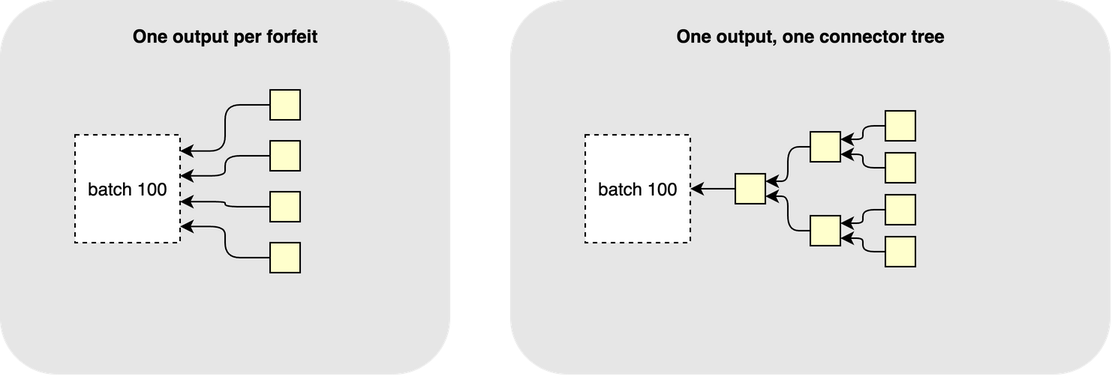
Before: static/ark/why-connector-tree.png, a diagram exported from draw.io (ellemouton/website). Source tidied: cells renumbered, new cells last; positions are measured from the earlier drawing's top-left corner, leaving out a move shared by most shapes. Source of this version:
```xml
<mxGraphModel>
  <root>
    <mxCell id="0" />
    <mxCell id="1" parent="0" />
    <mxCell id="2" style="rounded=1;whiteSpace=wrap;html=1;strokeColor=none;fillColor=#E6E6E6;" parent="1" vertex="1">
      <mxGeometry width="300" height="250" as="geometry" />
    </mxCell>
    <mxCell id="3" style="rounded=1;whiteSpace=wrap;html=1;strokeColor=none;fillColor=#E6E6E6;" parent="1" vertex="1">
      <mxGeometry x="340" width="400" height="250" as="geometry" />
    </mxCell>
    <mxCell id="4" value="&lt;b&gt;One output per forfeit&lt;/b&gt;" style="text;html=1;whiteSpace=wrap;strokeColor=none;fillColor=none;align=center;verticalAlign=middle;rounded=0;" parent="1" vertex="1">
      <mxGeometry x="20" y="12" width="260" height="24" as="geometry" />
    </mxCell>
    <mxCell id="5" value="&lt;b&gt;One output, one connector tree&lt;/b&gt;" style="text;html=1;whiteSpace=wrap;strokeColor=none;fillColor=none;align=center;verticalAlign=middle;rounded=0;" parent="1" vertex="1">
      <mxGeometry x="390" y="12" width="300" height="24" as="geometry" />
    </mxCell>
    <mxCell id="6" value="batch 100" style="rounded=0;whiteSpace=wrap;html=1;dashed=1;" parent="1" vertex="1">
      <mxGeometry x="50" y="90" width="70" height="72" as="geometry" />
    </mxCell>
    <mxCell id="7" style="rounded=0;whiteSpace=wrap;html=1;fillColor=#FFFFCC;fontColor=#333333;strokeColor=#000000;" parent="1" vertex="1">
      <mxGeometry x="180" y="60" width="20" height="20" as="geometry" />
    </mxCell>
    <mxCell id="8" style="edgeStyle=orthogonalEdgeStyle;rounded=1;jettySize=auto;html=1;entryX=1;entryY=0.15;entryDx=0;entryDy=0;curved=0;exitX=0;exitY=0.5;exitDx=0;exitDy=0;" parent="1" edge="1" source="7" target="6">
      <mxGeometry relative="1" as="geometry">
        <Array as="points">
          <mxPoint x="150" y="70" />
          <mxPoint x="150" y="100.8" />
        </Array>
      </mxGeometry>
    </mxCell>
    <mxCell id="9" style="rounded=0;whiteSpace=wrap;html=1;fillColor=#FFFFCC;fontColor=#333333;strokeColor=#000000;" parent="1" vertex="1">
      <mxGeometry x="180" y="94" width="20" height="20" as="geometry" />
    </mxCell>
    <mxCell id="10" style="edgeStyle=orthogonalEdgeStyle;rounded=1;jettySize=auto;html=1;entryX=1;entryY=0.38;entryDx=0;entryDy=0;curved=0;exitX=0;exitY=0.5;exitDx=0;exitDy=0;" parent="1" edge="1" source="9" target="6">
      <mxGeometry relative="1" as="geometry">
        <Array as="points">
          <mxPoint x="150" y="104" />
          <mxPoint x="150" y="117.4" />
        </Array>
      </mxGeometry>
    </mxCell>
    <mxCell id="11" style="rounded=0;whiteSpace=wrap;html=1;fillColor=#FFFFCC;fontColor=#333333;strokeColor=#000000;" parent="1" vertex="1">
      <mxGeometry x="180" y="128" width="20" height="20" as="geometry" />
    </mxCell>
    <mxCell id="12" style="edgeStyle=orthogonalEdgeStyle;rounded=1;jettySize=auto;html=1;entryX=1;entryY=0.62;entryDx=0;entryDy=0;curved=0;exitX=0;exitY=0.5;exitDx=0;exitDy=0;" parent="1" edge="1" source="11" target="6">
      <mxGeometry relative="1" as="geometry">
        <Array as="points">
          <mxPoint x="150" y="138" />
          <mxPoint x="150" y="134.6" />
        </Array>
      </mxGeometry>
    </mxCell>
    <mxCell id="13" style="rounded=0;whiteSpace=wrap;html=1;fillColor=#FFFFCC;fontColor=#333333;strokeColor=#000000;" parent="1" vertex="1">
      <mxGeometry x="180" y="162" width="20" height="20" as="geometry" />
    </mxCell>
    <mxCell id="14" style="edgeStyle=orthogonalEdgeStyle;rounded=1;jettySize=auto;html=1;entryX=1;entryY=0.85;entryDx=0;entryDy=0;curved=0;exitX=0;exitY=0.5;exitDx=0;exitDy=0;" parent="1" edge="1" source="13" target="6">
      <mxGeometry relative="1" as="geometry">
        <Array as="points">
          <mxPoint x="150" y="172" />
          <mxPoint x="150" y="151.2" />
        </Array>
      </mxGeometry>
    </mxCell>
    <mxCell id="15" value="batch 100" style="rounded=0;whiteSpace=wrap;html=1;dashed=1;" parent="1" vertex="1">
      <mxGeometry x="390" y="90" width="70" height="72" as="geometry" />
    </mxCell>
    <mxCell id="16" style="rounded=0;whiteSpace=wrap;html=1;fillColor=#FFFFCC;fontColor=#333333;strokeColor=#000000;" parent="1" vertex="1">
      <mxGeometry x="490" y="116" width="20" height="20" as="geometry" />
    </mxCell>
    <mxCell id="17" style="rounded=0;whiteSpace=wrap;html=1;fillColor=#FFFFCC;fontColor=#333333;strokeColor=#000000;" parent="1" vertex="1">
      <mxGeometry x="540" y="88" width="20" height="20" as="geometry" />
    </mxCell>
    <mxCell id="18" style="rounded=0;whiteSpace=wrap;html=1;fillColor=#FFFFCC;fontColor=#333333;strokeColor=#000000;" parent="1" vertex="1">
      <mxGeometry x="540" y="144" width="20" height="20" as="geometry" />
    </mxCell>
    <mxCell id="19" style="rounded=0;whiteSpace=wrap;html=1;fillColor=#FFFFCC;fontColor=#333333;strokeColor=#000000;" parent="1" vertex="1">
      <mxGeometry x="590" y="74" width="20" height="20" as="geometry" />
    </mxCell>
    <mxCell id="20" style="rounded=0;whiteSpace=wrap;html=1;fillColor=#FFFFCC;fontColor=#333333;strokeColor=#000000;" parent="1" vertex="1">
      <mxGeometry x="590" y="102" width="20" height="20" as="geometry" />
    </mxCell>
    <mxCell id="21" style="rounded=0;whiteSpace=wrap;html=1;fillColor=#FFFFCC;fontColor=#333333;strokeColor=#000000;" parent="1" vertex="1">
      <mxGeometry x="590" y="130" width="20" height="20" as="geometry" />
    </mxCell>
    <mxCell id="22" style="rounded=0;whiteSpace=wrap;html=1;fillColor=#FFFFCC;fontColor=#333333;strokeColor=#000000;" parent="1" vertex="1">
      <mxGeometry x="590" y="158" width="20" height="20" as="geometry" />
    </mxCell>
    <mxCell id="23" style="edgeStyle=orthogonalEdgeStyle;rounded=1;jettySize=auto;html=1;entryX=1;entryY=0.25;entryDx=0;entryDy=0;curved=0;exitX=0;exitY=0.5;exitDx=0;exitDy=0;" parent="1" edge="1" source="19" target="17">
      <mxGeometry relative="1" as="geometry">
        <Array as="points">
          <mxPoint x="575" y="84" />
          <mxPoint x="575" y="93" />
        </Array>
      </mxGeometry>
    </mxCell>
    <mxCell id="24" style="edgeStyle=orthogonalEdgeStyle;rounded=1;jettySize=auto;html=1;entryX=1;entryY=0.75;entryDx=0;entryDy=0;curved=0;exitX=0;exitY=0.5;exitDx=0;exitDy=0;" parent="1" edge="1" source="20" target="17">
      <mxGeometry relative="1" as="geometry">
        <Array as="points">
          <mxPoint x="575" y="112" />
          <mxPoint x="575" y="103" />
        </Array>
      </mxGeometry>
    </mxCell>
    <mxCell id="25" style="edgeStyle=orthogonalEdgeStyle;rounded=1;jettySize=auto;html=1;entryX=1;entryY=0.25;entryDx=0;entryDy=0;curved=0;exitX=0;exitY=0.5;exitDx=0;exitDy=0;" parent="1" edge="1" source="21" target="18">
      <mxGeometry relative="1" as="geometry">
        <Array as="points">
          <mxPoint x="575" y="140" />
          <mxPoint x="575" y="149" />
        </Array>
      </mxGeometry>
    </mxCell>
    <mxCell id="26" style="edgeStyle=orthogonalEdgeStyle;rounded=1;jettySize=auto;html=1;entryX=1;entryY=0.75;entryDx=0;entryDy=0;curved=0;exitX=0;exitY=0.5;exitDx=0;exitDy=0;" parent="1" edge="1" source="22" target="18">
      <mxGeometry relative="1" as="geometry">
        <Array as="points">
          <mxPoint x="575" y="168" />
          <mxPoint x="575" y="159" />
        </Array>
      </mxGeometry>
    </mxCell>
    <mxCell id="27" style="edgeStyle=orthogonalEdgeStyle;rounded=1;jettySize=auto;html=1;entryX=1;entryY=0.25;entryDx=0;entryDy=0;curved=0;exitX=0;exitY=0.5;exitDx=0;exitDy=0;" parent="1" edge="1" source="17" target="16">
      <mxGeometry relative="1" as="geometry">
        <Array as="points">
          <mxPoint x="525" y="98" />
          <mxPoint x="525" y="121" />
        </Array>
      </mxGeometry>
    </mxCell>
    <mxCell id="28" style="edgeStyle=orthogonalEdgeStyle;rounded=1;jettySize=auto;html=1;entryX=1;entryY=0.75;entryDx=0;entryDy=0;curved=0;exitX=0;exitY=0.5;exitDx=0;exitDy=0;" parent="1" edge="1" source="18" target="16">
      <mxGeometry relative="1" as="geometry">
        <Array as="points">
          <mxPoint x="525" y="154" />
          <mxPoint x="525" y="131" />
        </Array>
      </mxGeometry>
    </mxCell>
    <mxCell id="29" style="edgeStyle=orthogonalEdgeStyle;rounded=1;jettySize=auto;html=1;entryX=1;entryY=0.5;entryDx=0;entryDy=0;curved=0;exitX=0;exitY=0.5;exitDx=0;exitDy=0;" parent="1" edge="1" source="16" target="15">
      <mxGeometry relative="1" as="geometry" />
    </mxCell>
  </root>
</mxGraphModel>
```
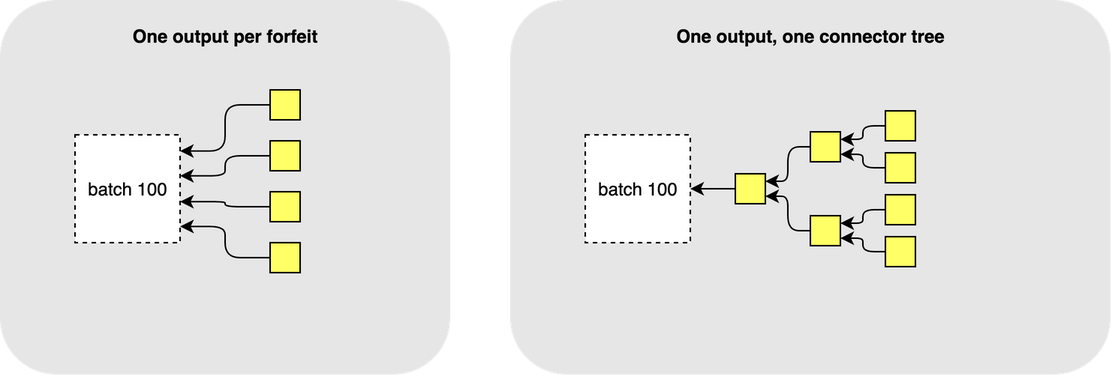
After the change.

Diff of the diagram source:
```diff
@@ -17,7 +17,7 @@
     <mxCell id="6" value="batch 100" style="rounded=0;whiteSpace=wrap;html=1;dashed=1;" parent="1" vertex="1">
       <mxGeometry x="50" y="90" width="70" height="72" as="geometry" />
     </mxCell>
-    <mxCell id="7" style="rounded=0;whiteSpace=wrap;html=1;fillColor=#FFFFCC;fontColor=#333333;strokeColor=#000000;" parent="1" vertex="1">
+    <mxCell id="7" style="rounded=0;whiteSpace=wrap;html=1;fillColor=#FFFF66;fontColor=#333333;strokeColor=#000000;" parent="1" vertex="1">
       <mxGeometry x="180" y="60" width="20" height="20" as="geometry" />
     </mxCell>
     <mxCell id="8" style="edgeStyle=orthogonalEdgeStyle;rounded=1;jettySize=auto;html=1;entryX=1;entryY=0.15;entryDx=0;entryDy=0;curved=0;exitX=0;exitY=0.5;exitDx=0;exitDy=0;" parent="1" edge="1" source="7" target="6">
@@ -28,7 +28,7 @@
         </Array>
       </mxGeometry>
     </mxCell>
-    <mxCell id="9" style="rounded=0;whiteSpace=wrap;html=1;fillColor=#FFFFCC;fontColor=#333333;strokeColor=#000000;" parent="1" vertex="1">
+    <mxCell id="9" style="rounded=0;whiteSpace=wrap;html=1;fillColor=#FFFF66;fontColor=#333333;strokeColor=#000000;" parent="1" vertex="1">
       <mxGeometry x="180" y="94" width="20" height="20" as="geometry" />
     </mxCell>
     <mxCell id="10" style="edgeStyle=orthogonalEdgeStyle;rounded=1;jettySize=auto;html=1;entryX=1;entryY=0.38;entryDx=0;entryDy=0;curved=0;exitX=0;exitY=0.5;exitDx=0;exitDy=0;" parent="1" edge="1" source="9" target="6">
@@ -39,7 +39,7 @@
         </Array>
       </mxGeometry>
     </mxCell>
-    <mxCell id="11" style="rounded=0;whiteSpace=wrap;html=1;fillColor=#FFFFCC;fontColor=#333333;strokeColor=#000000;" parent="1" vertex="1">
+    <mxCell id="11" style="rounded=0;whiteSpace=wrap;html=1;fillColor=#FFFF66;fontColor=#333333;strokeColor=#000000;" parent="1" vertex="1">
       <mxGeometry x="180" y="128" width="20" height="20" as="geometry" />
     </mxCell>
     <mxCell id="12" style="edgeStyle=orthogonalEdgeStyle;rounded=1;jettySize=auto;html=1;entryX=1;entryY=0.62;entryDx=0;entryDy=0;curved=0;exitX=0;exitY=0.5;exitDx=0;exitDy=0;" parent="1" edge="1" source="11" target="6">
@@ -50,7 +50,7 @@
         </Array>
       </mxGeometry>
     </mxCell>
-    <mxCell id="13" style="rounded=0;whiteSpace=wrap;html=1;fillColor=#FFFFCC;fontColor=#333333;strokeColor=#000000;" parent="1" vertex="1">
+    <mxCell id="13" style="rounded=0;whiteSpace=wrap;html=1;fillColor=#FFFF66;fontColor=#333333;strokeColor=#000000;" parent="1" vertex="1">
       <mxGeometry x="180" y="162" width="20" height="20" as="geometry" />
     </mxCell>
     <mxCell id="14" style="edgeStyle=orthogonalEdgeStyle;rounded=1;jettySize=auto;html=1;entryX=1;entryY=0.85;entryDx=0;entryDy=0;curved=0;exitX=0;exitY=0.5;exitDx=0;exitDy=0;" parent="1" edge="1" source="13" target="6">
@@ -64,25 +64,25 @@
     <mxCell id="15" value="batch 100" style="rounded=0;whiteSpace=wrap;html=1;dashed=1;" parent="1" vertex="1">
       <mxGeometry x="390" y="90" width="70" height="72" as="geometry" />
     </mxCell>
-    <mxCell id="16" style="rounded=0;whiteSpace=wrap;html=1;fillColor=#FFFFCC;fontColor=#333333;strokeColor=#000000;" parent="1" vertex="1">
+    <mxCell id="16" style="rounded=0;whiteSpace=wrap;html=1;fillColor=#FFFF66;fontColor=#333333;strokeColor=#000000;" parent="1" vertex="1">
       <mxGeometry x="490" y="116" width="20" height="20" as="geometry" />
     </mxCell>
-    <mxCell id="17" style="rounded=0;whiteSpace=wrap;html=1;fillColor=#FFFFCC;fontColor=#333333;strokeColor=#000000;" parent="1" vertex="1">
+    <mxCell id="17" style="rounded=0;whiteSpace=wrap;html=1;fillColor=#FFFF66;fontColor=#333333;strokeColor=#000000;" parent="1" vertex="1">
       <mxGeometry x="540" y="88" width="20" height="20" as="geometry" />
     </mxCell>
-    <mxCell id="18" style="rounded=0;whiteSpace=wrap;html=1;fillColor=#FFFFCC;fontColor=#333333;strokeColor=#000000;" parent="1" vertex="1">
+    <mxCell id="18" style="rounded=0;whiteSpace=wrap;html=1;fillColor=#FFFF66;fontColor=#333333;strokeColor=#000000;" parent="1" vertex="1">
       <mxGeometry x="540" y="144" width="20" height="20" as="geometry" />
     </mxCell>
-    <mxCell id="19" style="rounded=0;whiteSpace=wrap;html=1;fillColor=#FFFFCC;fontColor=#333333;strokeColor=#000000;" parent="1" vertex="1">
+    <mxCell id="19" style="rounded=0;whiteSpace=wrap;html=1;fillColor=#FFFF66;fontColor=#333333;strokeColor=#000000;" parent="1" vertex="1">
       <mxGeometry x="590" y="74" width="20" height="20" as="geometry" />
     </mxCell>
-    <mxCell id="20" style="rounded=0;whiteSpace=wrap;html=1;fillColor=#FFFFCC;fontColor=#333333;strokeColor=#000000;" parent="1" vertex="1">
+    <mxCell id="20" style="rounded=0;whiteSpace=wrap;html=1;fillColor=#FFFF66;fontColor=#333333;strokeColor=#000000;" parent="1" vertex="1">
       <mxGeometry x="590" y="102" width="20" height="20" as="geometry" />
     </mxCell>
-    <mxCell id="21" style="rounded=0;whiteSpace=wrap;html=1;fillColor=#FFFFCC;fontColor=#333333;strokeColor=#000000;" parent="1" vertex="1">
+    <mxCell id="21" style="rounded=0;whiteSpace=wrap;html=1;fillColor=#FFFF66;fontColor=#333333;strokeColor=#000000;" parent="1" vertex="1">
       <mxGeometry x="590" y="130" width="20" height="20" as="geometry" />
     </mxCell>
-    <mxCell id="22" style="rounded=0;whiteSpace=wrap;html=1;fillColor=#FFFFCC;fontColor=#333333;strokeColor=#000000;" parent="1" vertex="1">
+    <mxCell id="22" style="rounded=0;whiteSpace=wrap;html=1;fillColor=#FFFF66;fontColor=#333333;strokeColor=#000000;" parent="1" vertex="1">
       <mxGeometry x="590" y="158" width="20" height="20" as="geometry" />
     </mxCell>
     <mxCell id="23" style="edgeStyle=orthogonalEdgeStyle;rounded=1;jettySize=auto;html=1;entryX=1;entryY=0.25;entryDx=0;entryDy=0;curved=0;exitX=0;exitY=0.5;exitDx=0;exitDy=0;" parent="1" edge="1" source="19" target="17">
```
